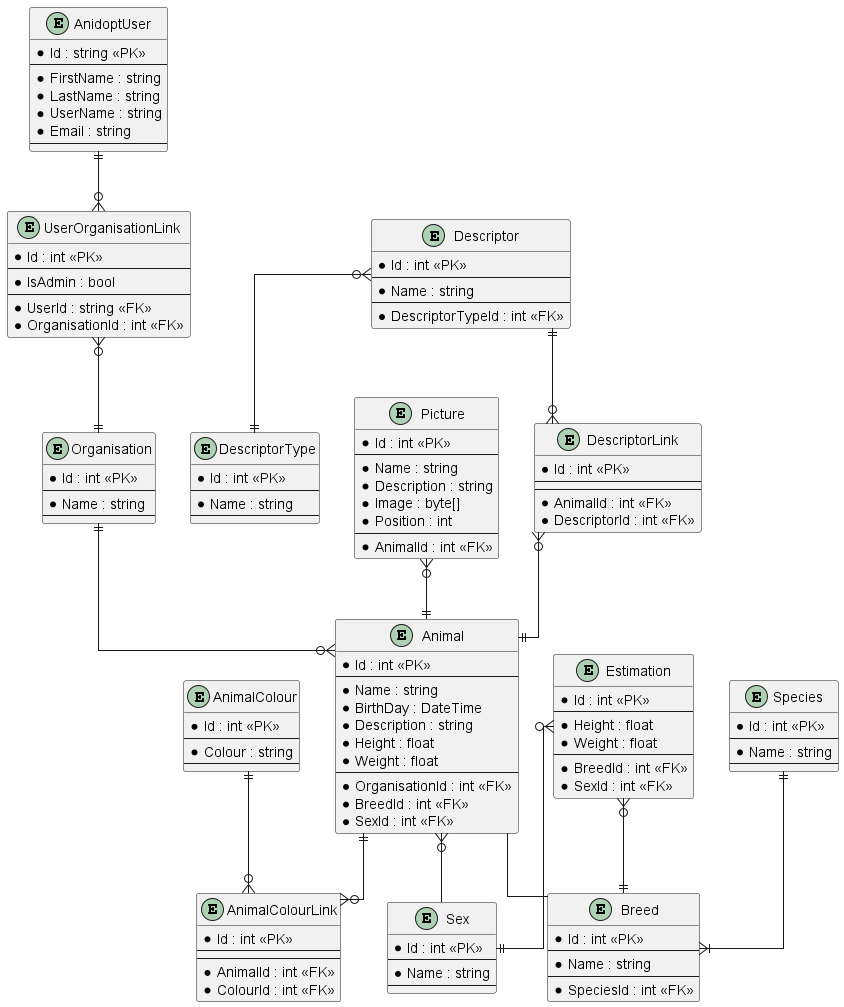
Above: Diagrams/db.png in aidan-bailey/Anidopt (PlantUML), before the change.
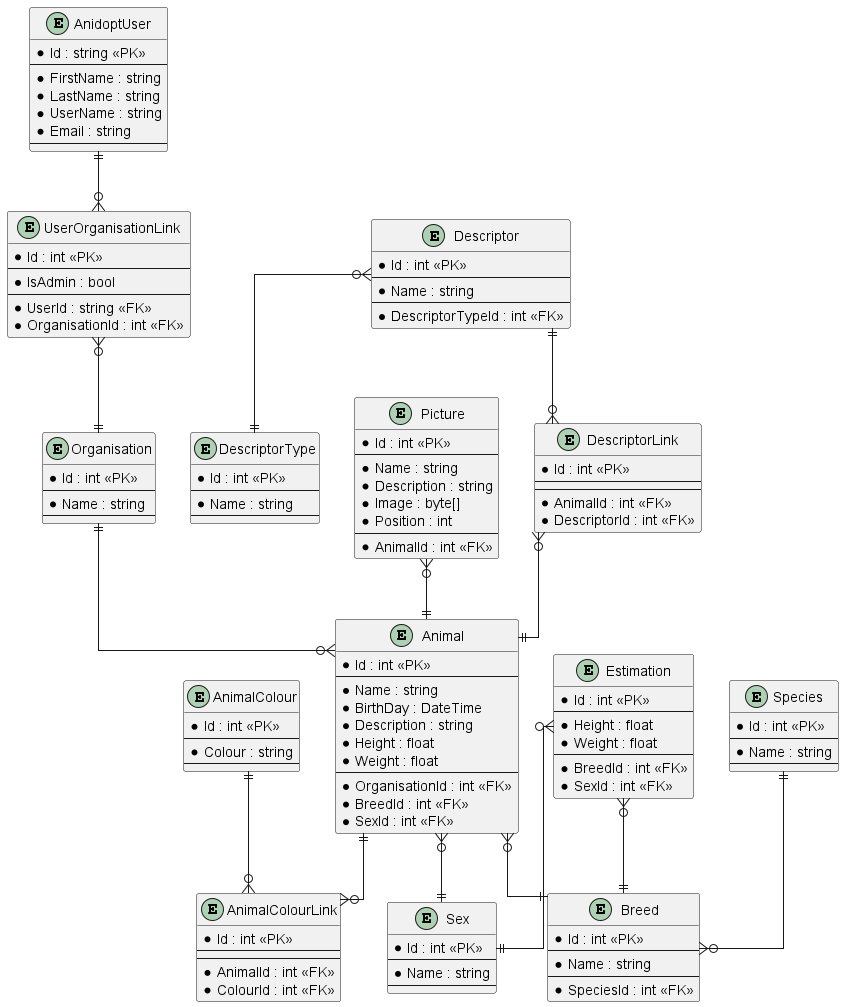
Above is the later version.

What changed in the source:
```diff
@@ -111,9 +111,9 @@
 
 AnidoptUser ||--o{ UserOrganisationLink
 UserOrganisationLink }o--|| Organisation
-Animal -- Breed
-Animal }o-- Sex
-Species ||--|{ Breed
+Animal }o--|| Breed
+Animal }o--|| Sex
+Species ||--o{ Breed
 Organisation ||--o{ Animal
 AnimalColour ||--o{ AnimalColourLink
 Animal ||--o{ AnimalColourLink
```
